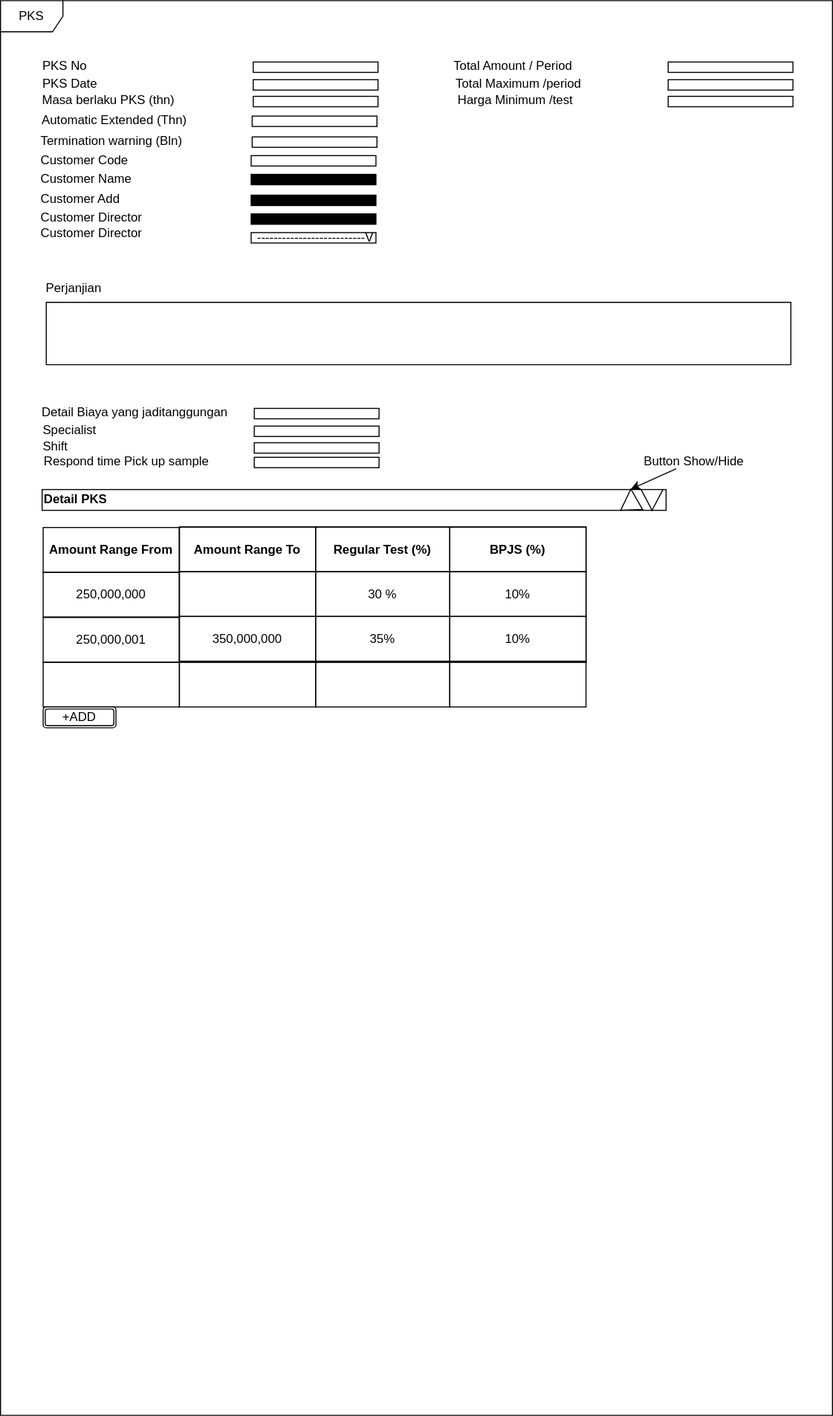
riduan-risandi/inno_collection_diagram keeps this draw.io diagram as pattern/FSD.svg. Above is the earlier version. Source tidied: cells renumbered, new cells last; positions are measured from the earlier drawing's top-left corner, leaving out a move shared by most shapes.
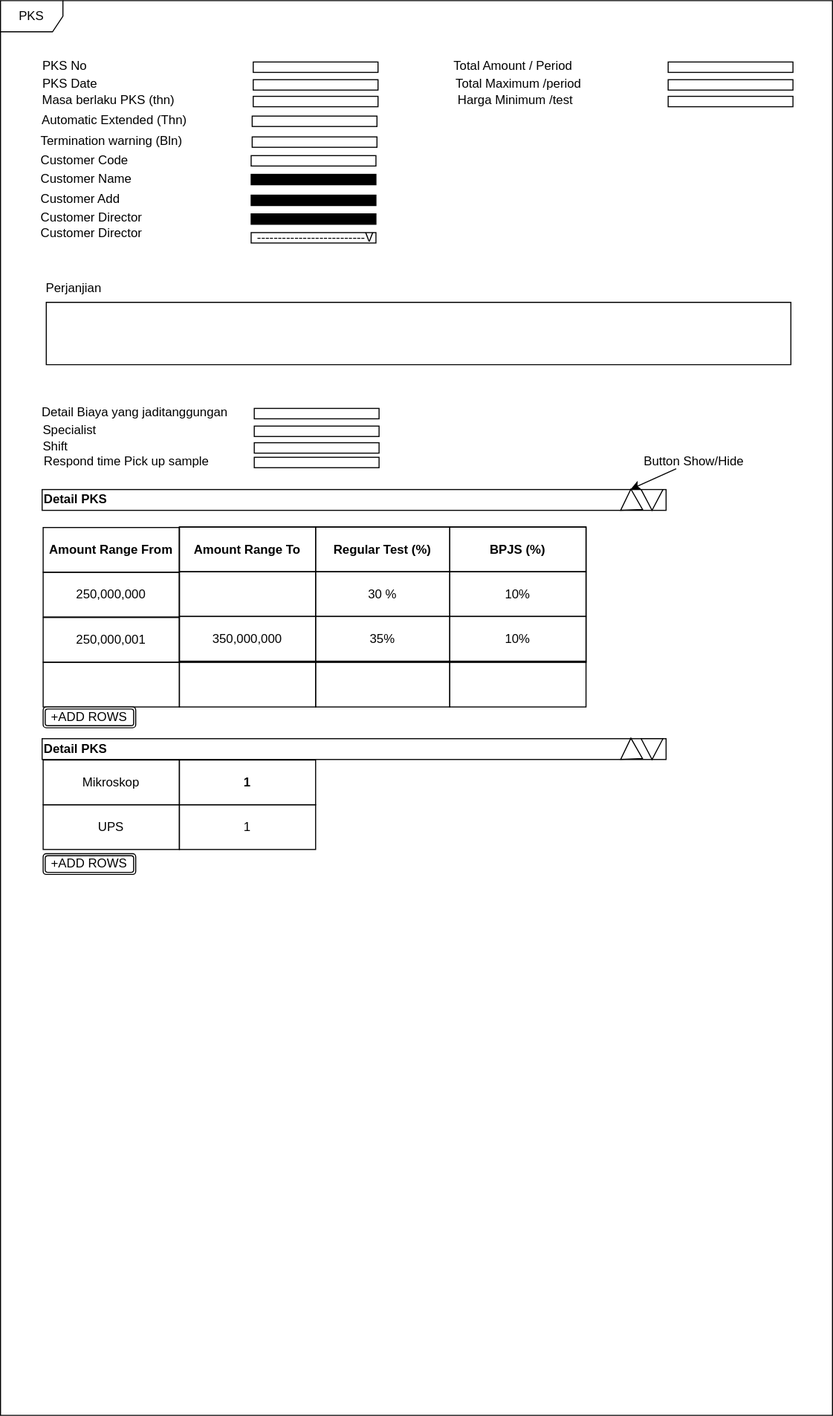
After the change.

The edit, as a diff of the source:
```diff
@@ -188,11 +188,35 @@
     <mxCell id="63" style="strokeColor=inherit;fillColor=none;align=center;whiteSpace=wrap;html=1;" parent="1" vertex="1">
       <mxGeometry x="41" y="636" width="131" height="43" as="geometry" />
     </mxCell>
-    <mxCell id="64" value="+ADD" style="shape=ext;double=1;rounded=1;whiteSpace=wrap;html=1;" parent="1" vertex="1">
-      <mxGeometry x="41" y="679" width="70" height="20" as="geometry" />
+    <mxCell id="64" value="+ADD ROWS" style="shape=ext;double=1;rounded=1;whiteSpace=wrap;html=1;" parent="1" vertex="1">
+      <mxGeometry x="41" y="679" width="89" height="20" as="geometry" />
     </mxCell>
     <mxCell id="65" style="shape=partialRectangle;html=1;whiteSpace=wrap;strokeColor=inherit;overflow=hidden;fillColor=none;top=0;left=0;bottom=0;right=0;fontSize=16;" parent="1" vertex="1">
       <mxGeometry x="727.5" y="700" width="60" height="40" as="geometry" />
     </mxCell>
+    <mxCell id="66" value="+ADD ROWS" style="shape=ext;double=1;rounded=1;whiteSpace=wrap;html=1;" parent="1" vertex="1">
+      <mxGeometry x="41" y="820" width="89" height="20" as="geometry" />
+    </mxCell>
+    <mxCell id="67" value="Mikroskop" style="strokeColor=inherit;fillColor=none;align=center;whiteSpace=wrap;html=1;" parent="1" vertex="1">
+      <mxGeometry x="41" y="730" width="131" height="43" as="geometry" />
+    </mxCell>
+    <mxCell id="68" value="UPS" style="strokeColor=inherit;fillColor=none;align=center;whiteSpace=wrap;html=1;" parent="1" vertex="1">
+      <mxGeometry x="41" y="773" width="131" height="43" as="geometry" />
+    </mxCell>
+    <mxCell id="69" value="&lt;b&gt;1&lt;br&gt;&lt;/b&gt;" style="strokeColor=inherit;fillColor=none;align=center;whiteSpace=wrap;html=1;" parent="1" vertex="1">
+      <mxGeometry x="172" y="730" width="131" height="43" as="geometry" />
+    </mxCell>
+    <mxCell id="70" value="1" style="strokeColor=inherit;fillColor=none;align=center;whiteSpace=wrap;html=1;" parent="1" vertex="1">
+      <mxGeometry x="172" y="773" width="131" height="43" as="geometry" />
+    </mxCell>
+    <mxCell id="71" value="&lt;div align=&quot;left&quot;&gt;&lt;b&gt;Detail PKS&lt;br&gt;&lt;/b&gt;&lt;/div&gt;" style="rounded=0;whiteSpace=wrap;html=1;align=left;" parent="1" vertex="1">
+      <mxGeometry x="40" y="709.5" width="600" height="20" as="geometry" />
+    </mxCell>
+    <mxCell id="72" style="triangle;whiteSpace=wrap;html=1;rotation=90;" parent="1" vertex="1">
+      <mxGeometry x="616.5" y="709" width="20" height="21" as="geometry" />
+    </mxCell>
+    <mxCell id="73" style="triangle;whiteSpace=wrap;html=1;rotation=-92;" parent="1" vertex="1">
+      <mxGeometry x="596.5" y="708.5" width="20" height="21" as="geometry" />
+    </mxCell>
   </root>
 </mxGraphModel>
```
